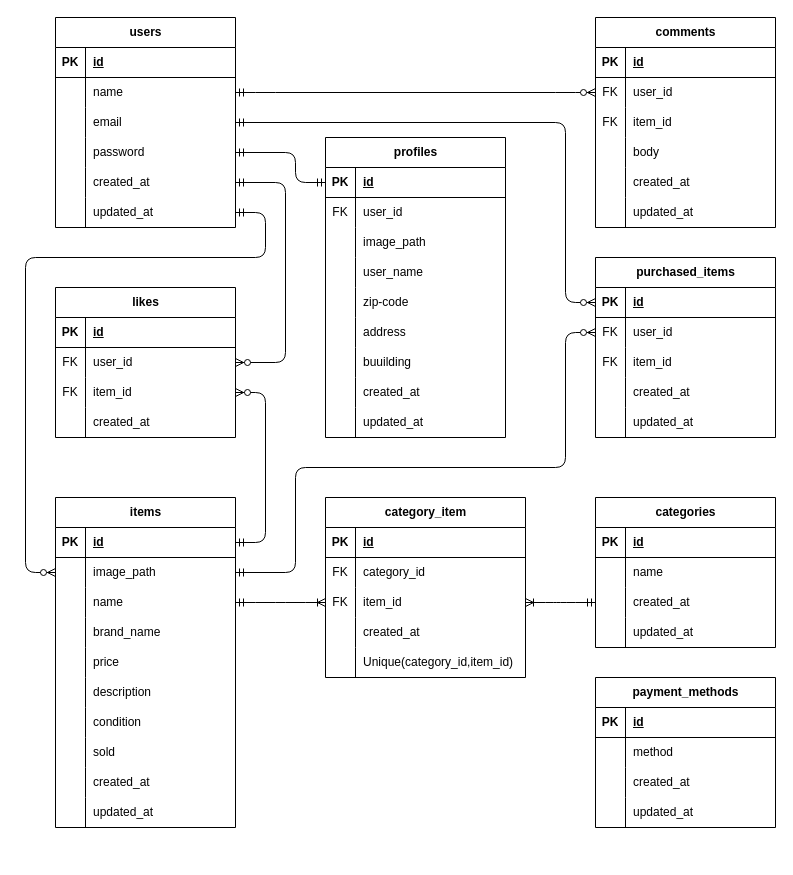
kooooooota/flea-market keeps this draw.io diagram as erd.dio. Above is the earlier version. Source tidied: cells renumbered, new cells numbered last; positions are measured from the earlier drawing's top-left corner, leaving out a move shared by most shapes. Both pictures are drawn from the tidied source at 100%, with x=0, y=0 at pixel (25, 17).
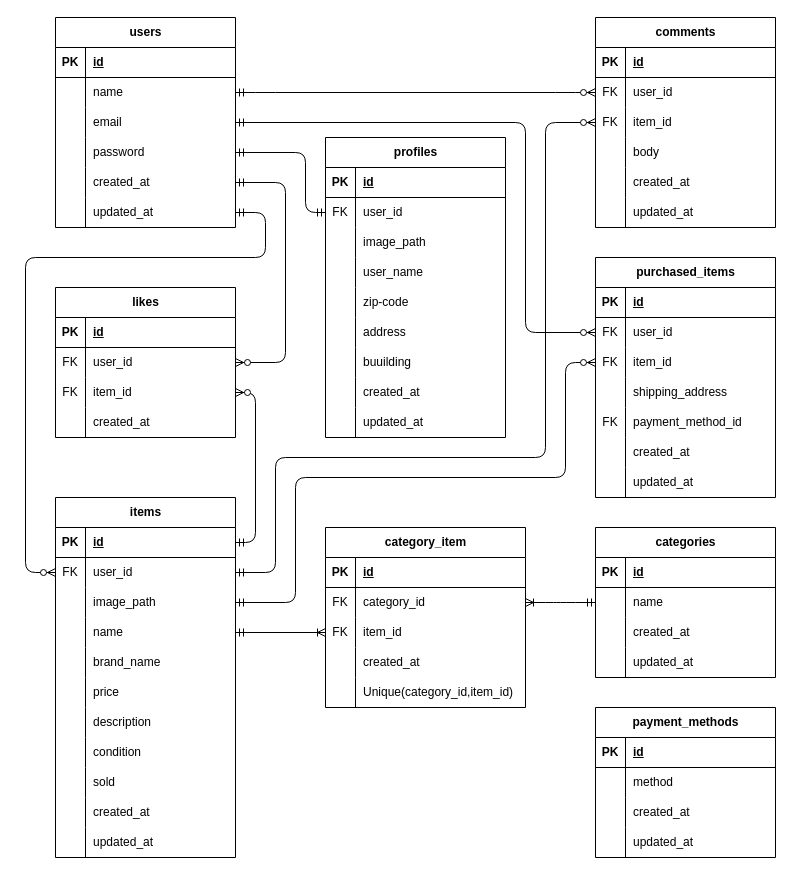
After the change.

Unchanged cells that the change refers to:
```xml
<mxCell id="3" style="shape=tableRow;horizontal=0;startSize=0;swimlaneHead=0;swimlaneBody=0;fillColor=none;points=[[0,0.5],[1,0.5]];portConstraint=eastwest;top=0;left=0;right=0;bottom=1;" parent="2" vertex="1">
  <mxGeometry y="30" width="180" height="30" as="geometry" />
</mxCell>
<mxCell id="6" style="shape=tableRow;horizontal=0;startSize=0;swimlaneHead=0;swimlaneBody=0;fillColor=none;points=[[0,0.5],[1,0.5]];portConstraint=eastwest;top=0;left=0;right=0;bottom=0;" parent="2" vertex="1">
  <mxGeometry y="60" width="180" height="30" as="geometry" />
</mxCell>
<mxCell id="37" style="shape=tableRow;horizontal=0;startSize=0;swimlaneHead=0;swimlaneBody=0;fillColor=none;points=[[0,0.5],[1,0.5]];portConstraint=eastwest;top=0;left=0;right=0;bottom=0;" parent="30" vertex="1">
  <mxGeometry y="90" width="180" height="30" as="geometry" />
</mxCell>
<mxCell id="40" style="shape=tableRow;horizontal=0;startSize=0;swimlaneHead=0;swimlaneBody=0;fillColor=none;points=[[0,0.5],[1,0.5]];portConstraint=eastwest;top=0;left=0;right=0;bottom=0;" parent="30" vertex="1">
  <mxGeometry y="120" width="180" height="30" as="geometry" />
</mxCell>
<mxCell id="50" style="shape=tableRow;horizontal=0;startSize=0;swimlaneHead=0;swimlaneBody=0;fillColor=none;points=[[0,0.5],[1,0.5]];portConstraint=eastwest;top=0;left=0;right=0;bottom=1;" parent="49" vertex="1">
  <mxGeometry y="30" width="180" height="30" as="geometry" />
</mxCell>
<mxCell id="53" style="shape=tableRow;horizontal=0;startSize=0;swimlaneHead=0;swimlaneBody=0;fillColor=none;points=[[0,0.5],[1,0.5]];portConstraint=eastwest;top=0;left=0;right=0;bottom=0;" parent="49" vertex="1">
  <mxGeometry y="60" width="180" height="30" as="geometry" />
</mxCell>
<mxCell id="56" style="shape=tableRow;horizontal=0;startSize=0;swimlaneHead=0;swimlaneBody=0;fillColor=none;points=[[0,0.5],[1,0.5]];portConstraint=eastwest;top=0;left=0;right=0;bottom=0;" parent="49" vertex="1">
  <mxGeometry y="90" width="180" height="30" as="geometry" />
</mxCell>
<mxCell id="85" style="shape=tableRow;horizontal=0;startSize=0;swimlaneHead=0;swimlaneBody=0;fillColor=none;points=[[0,0.5],[1,0.5]];portConstraint=eastwest;top=0;left=0;right=0;bottom=0;" parent="78" vertex="1">
  <mxGeometry y="90" width="180" height="30" as="geometry" />
</mxCell>
<mxCell id="92" style="shape=tableRow;horizontal=0;startSize=0;swimlaneHead=0;swimlaneBody=0;fillColor=none;points=[[0,0.5],[1,0.5]];portConstraint=eastwest;top=0;left=0;right=0;bottom=1;" parent="91" vertex="1">
  <mxGeometry y="30" width="180" height="30" as="geometry" />
</mxCell>
<mxCell id="95" style="shape=tableRow;horizontal=0;startSize=0;swimlaneHead=0;swimlaneBody=0;fillColor=none;points=[[0,0.5],[1,0.5]];portConstraint=eastwest;top=0;left=0;right=0;bottom=0;" parent="91" vertex="1">
  <mxGeometry y="60" width="180" height="30" as="geometry" />
</mxCell>
<mxCell id="126" style="shape=tableRow;horizontal=0;startSize=0;swimlaneHead=0;swimlaneBody=0;fillColor=none;points=[[0,0.5],[1,0.5]];portConstraint=eastwest;top=0;left=0;right=0;bottom=0;" parent="122" vertex="1">
  <mxGeometry y="60" width="180" height="30" as="geometry" />
</mxCell>
<mxCell id="129" style="shape=tableRow;horizontal=0;startSize=0;swimlaneHead=0;swimlaneBody=0;fillColor=none;points=[[0,0.5],[1,0.5]];portConstraint=eastwest;top=0;left=0;right=0;bottom=0;" parent="122" vertex="1">
  <mxGeometry y="90" width="180" height="30" as="geometry" />
</mxCell>
<mxCell id="142" style="shape=tableRow;horizontal=0;startSize=0;swimlaneHead=0;swimlaneBody=0;fillColor=none;points=[[0,0.5],[1,0.5]];portConstraint=eastwest;top=0;left=0;right=0;bottom=0;" parent="135" vertex="1">
  <mxGeometry y="90" width="180" height="30" as="geometry" />
</mxCell>
<mxCell id="158" style="shape=tableRow;horizontal=0;startSize=0;swimlaneHead=0;swimlaneBody=0;fillColor=none;points=[[0,0.5],[1,0.5]];portConstraint=eastwest;top=0;left=0;right=0;bottom=0;" parent="154" vertex="1">
  <mxGeometry y="60" width="200" height="30" as="geometry" />
</mxCell>
<mxCell id="161" style="shape=tableRow;horizontal=0;startSize=0;swimlaneHead=0;swimlaneBody=0;fillColor=none;points=[[0,0.5],[1,0.5]];portConstraint=eastwest;top=0;left=0;right=0;bottom=0;" parent="154" vertex="1">
  <mxGeometry y="90" width="200" height="30" as="geometry" />
</mxCell>
```

The edit, as a diff of the source:
```diff
@@
-<mxGraphModel>
+<mxGraphModel background="#ffffff">
@@
-    <mxCell id="30" value="users" style="shape=table;startSize=30;childLayout=tableLayout;rowLines=0;fontStyle=1;align=center;html=1;" parent="1" vertex="1">
+    <mxCell id="30" value="users" style="shape=table;startSize=30;childLayout=tableLayout;rowLines=0;fontStyle=1;align=center;html=1;labelBackgroundColor=none;" parent="1" vertex="1">
       <mxGeometry x="30" width="180" height="210" as="geometry" />
     </mxCell>
@@
     <mxCell id="49" value="purchased_items" style="shape=table;startSize=30;childLayout=tableLayout;rowLines=0;fontStyle=1;align=center;html=1;" parent="1" vertex="1">
-      <mxGeometry x="570" y="240" width="180" height="180" as="geometry" />
+      <mxGeometry x="570" y="240" width="180" height="240" as="geometry" />
     </mxCell>
@@
+    <mxCell id="179" style="shape=tableRow;horizontal=0;startSize=0;swimlaneHead=0;swimlaneBody=0;fillColor=none;top=0;left=0;right=0;bottom=0;" parent="49" vertex="1">
+      <mxGeometry y="120" width="180" height="30" as="geometry" />
+    </mxCell>
+    <mxCell id="180" style="shape=partialRectangle;fillColor=none;top=0;left=0;bottom=0;right=0;overflow=hidden;whiteSpace=wrap;html=1;" parent="179" vertex="1">
+      <mxGeometry width="30" height="30" as="geometry" />
+    </mxCell>
+    <mxCell id="181" value="shipping_address" style="shape=partialRectangle;fillColor=none;top=0;left=0;bottom=0;right=0;align=left;spacingLeft=6;overflow=hidden;whiteSpace=wrap;html=1;" parent="179" vertex="1">
+      <mxGeometry x="30" width="150" height="30" as="geometry" />
+    </mxCell>
+    <mxCell id="182" style="shape=tableRow;horizontal=0;startSize=0;swimlaneHead=0;swimlaneBody=0;fillColor=none;top=0;left=0;right=0;bottom=0;" parent="49" vertex="1">
+      <mxGeometry y="150" width="180" height="30" as="geometry" />
+    </mxCell>
+    <mxCell id="183" value="FK" style="shape=partialRectangle;fillColor=none;top=0;left=0;bottom=0;right=0;overflow=hidden;whiteSpace=wrap;html=1;" parent="182" vertex="1">
+      <mxGeometry width="30" height="30" as="geometry" />
+    </mxCell>
+    <mxCell id="184" value="payment_method_id" style="shape=partialRectangle;fillColor=none;top=0;left=0;bottom=0;right=0;align=left;spacingLeft=6;overflow=hidden;whiteSpace=wrap;html=1;" parent="182" vertex="1">
+      <mxGeometry x="30" width="150" height="30" as="geometry" />
+    </mxCell>
     <mxCell id="59" style="shape=tableRow;horizontal=0;startSize=0;swimlaneHead=0;swimlaneBody=0;fillColor=none;top=0;left=0;right=0;bottom=0;" parent="49" vertex="1">
-      <mxGeometry y="120" width="180" height="30" as="geometry" />
+      <mxGeometry y="180" width="180" height="30" as="geometry" />
     </mxCell>
@@
     <mxCell id="62" style="shape=tableRow;horizontal=0;startSize=0;swimlaneHead=0;swimlaneBody=0;fillColor=none;top=0;left=0;right=0;bottom=0;" parent="49" vertex="1">
-      <mxGeometry y="150" width="180" height="30" as="geometry" />
+      <mxGeometry y="210" width="180" height="30" as="geometry" />
     </mxCell>
@@
     <mxCell id="65" value="payment_methods" style="shape=table;startSize=30;childLayout=tableLayout;rowLines=0;fontStyle=1;align=center;html=1;" parent="1" vertex="1">
-      <mxGeometry x="570" y="660" width="180" height="150" as="geometry" />
+      <mxGeometry x="570" y="690" width="180" height="150" as="geometry" />
     </mxCell>
@@
     <mxCell id="91" value="items" style="shape=table;startSize=30;childLayout=tableLayout;rowLines=0;fontStyle=1;align=center;html=1;" parent="1" vertex="1">
-      <mxGeometry x="30" y="480" width="180" height="330" as="geometry" />
+      <mxGeometry x="30" y="480" width="180" height="360" as="geometry" />
     </mxCell>
@@
-    <mxCell id="96" style="shape=partialRectangle;fillColor=none;top=0;left=0;bottom=0;right=0;overflow=hidden;whiteSpace=wrap;html=1;" parent="95" vertex="1">
+    <mxCell id="96" value="FK" style="shape=partialRectangle;fillColor=none;top=0;left=0;bottom=0;right=0;overflow=hidden;whiteSpace=wrap;html=1;" parent="95" vertex="1">
       <mxGeometry width="30" height="30" as="geometry" />
     </mxCell>
-    <mxCell id="97" value="image_path" style="shape=partialRectangle;fillColor=none;top=0;left=0;bottom=0;right=0;align=left;spacingLeft=6;overflow=hidden;whiteSpace=wrap;html=1;" parent="95" vertex="1">
+    <mxCell id="97" value="user_id" style="shape=partialRectangle;fillColor=none;top=0;left=0;bottom=0;right=0;align=left;spacingLeft=6;overflow=hidden;whiteSpace=wrap;html=1;" parent="95" vertex="1">
       <mxGeometry x="30" width="150" height="30" as="geometry" />
     </mxCell>
+    <mxCell id="185" style="shape=tableRow;horizontal=0;startSize=0;swimlaneHead=0;swimlaneBody=0;fillColor=none;points=[[0,0.5],[1,0.5]];portConstraint=eastwest;top=0;left=0;right=0;bottom=0;" parent="91" vertex="1">
+      <mxGeometry y="90" width="180" height="30" as="geometry" />
+    </mxCell>
+    <mxCell id="186" style="shape=partialRectangle;fillColor=none;top=0;left=0;bottom=0;right=0;overflow=hidden;whiteSpace=wrap;html=1;" parent="185" vertex="1">
+      <mxGeometry width="30" height="30" as="geometry" />
+    </mxCell>
+    <mxCell id="187" value="image_path" style="shape=partialRectangle;fillColor=none;top=0;left=0;bottom=0;right=0;align=left;spacingLeft=6;overflow=hidden;whiteSpace=wrap;html=1;" parent="185" vertex="1">
+      <mxGeometry x="30" width="150" height="30" as="geometry" />
+    </mxCell>
     <mxCell id="98" style="shape=tableRow;horizontal=0;startSize=0;swimlaneHead=0;swimlaneBody=0;fillColor=none;points=[[0,0.5],[1,0.5]];portConstraint=eastwest;top=0;left=0;right=0;bottom=0;" parent="91" vertex="1">
-      <mxGeometry y="90" width="180" height="30" as="geometry" />
+      <mxGeometry y="120" width="180" height="30" as="geometry" />
     </mxCell>
@@
     <mxCell id="101" style="shape=tableRow;horizontal=0;startSize=0;swimlaneHead=0;swimlaneBody=0;fillColor=none;top=0;left=0;right=0;bottom=0;" parent="91" vertex="1">
-      <mxGeometry y="120" width="180" height="30" as="geometry" />
+      <mxGeometry y="150" width="180" height="30" as="geometry" />
     </mxCell>
@@
     <mxCell id="104" style="shape=tableRow;horizontal=0;startSize=0;swimlaneHead=0;swimlaneBody=0;fillColor=none;top=0;left=0;right=0;bottom=0;" parent="91" vertex="1">
-      <mxGeometry y="150" width="180" height="30" as="geometry" />
+      <mxGeometry y="180" width="180" height="30" as="geometry" />
     </mxCell>
@@
     <mxCell id="107" style="shape=tableRow;horizontal=0;startSize=0;swimlaneHead=0;swimlaneBody=0;fillColor=none;top=0;left=0;right=0;bottom=0;" parent="91" vertex="1">
-      <mxGeometry y="180" width="180" height="30" as="geometry" />
+      <mxGeometry y="210" width="180" height="30" as="geometry" />
     </mxCell>
@@
     <mxCell id="110" style="shape=tableRow;horizontal=0;startSize=0;swimlaneHead=0;swimlaneBody=0;fillColor=none;top=0;left=0;right=0;bottom=0;" parent="91" vertex="1">
-      <mxGeometry y="210" width="180" height="30" as="geometry" />
+      <mxGeometry y="240" width="180" height="30" as="geometry" />
     </mxCell>
@@
     <mxCell id="113" style="shape=tableRow;horizontal=0;startSize=0;swimlaneHead=0;swimlaneBody=0;fillColor=none;top=0;left=0;right=0;bottom=0;" parent="91" vertex="1">
-      <mxGeometry y="240" width="180" height="30" as="geometry" />
+      <mxGeometry y="270" width="180" height="30" as="geometry" />
     </mxCell>
@@
     <mxCell id="116" style="shape=tableRow;horizontal=0;startSize=0;swimlaneHead=0;swimlaneBody=0;fillColor=none;top=0;left=0;right=0;bottom=0;" parent="91" vertex="1">
-      <mxGeometry y="270" width="180" height="30" as="geometry" />
+      <mxGeometry y="300" width="180" height="30" as="geometry" />
     </mxCell>
@@
     <mxCell id="119" style="shape=tableRow;horizontal=0;startSize=0;swimlaneHead=0;swimlaneBody=0;fillColor=none;top=0;left=0;right=0;bottom=0;" parent="91" vertex="1">
-      <mxGeometry y="300" width="180" height="30" as="geometry" />
+      <mxGeometry y="330" width="180" height="30" as="geometry" />
     </mxCell>
@@
     <mxCell id="122" value="categories" style="shape=table;startSize=30;childLayout=tableLayout;rowLines=0;fontStyle=1;align=center;html=1;" parent="1" vertex="1">
-      <mxGeometry x="570" y="480" width="180" height="150" as="geometry" />
+      <mxGeometry x="570" y="510" width="180" height="150" as="geometry" />
     </mxCell>
@@
     <mxCell id="154" value="category_item" style="shape=table;startSize=30;childLayout=tableLayout;rowLines=0;fontStyle=1;align=center;html=1;" parent="1" vertex="1">
-      <mxGeometry x="300" y="480" width="200" height="180" as="geometry" />
+      <mxGeometry x="300" y="510" width="200" height="180" as="geometry" />
     </mxCell>
@@
-    <mxCell id="171" style="edgeStyle=orthogonalEdgeStyle;fontSize=12;html=1;endArrow=ERmandOne;startArrow=ERmandOne;entryX=0;entryY=0.5;entryDx=0;entryDy=0;exitX=1;exitY=0.5;exitDx=0;exitDy=0;" parent="1" edge="1" source="40" target="3">
+    <mxCell id="171" style="edgeStyle=orthogonalEdgeStyle;fontSize=12;html=1;endArrow=ERmandOne;startArrow=ERmandOne;entryX=0;entryY=0.5;entryDx=0;entryDy=0;exitX=1;exitY=0.5;exitDx=0;exitDy=0;" parent="1" edge="1" source="40" target="6">
       <mxGeometry relative="1" as="geometry">
         <Array as="points">
-          <mxPoint x="270" y="135" />
-          <mxPoint x="270" y="165" />
+          <mxPoint x="280" y="135" />
+          <mxPoint x="280" y="195" />
         </Array>
       </mxGeometry>
     </mxCell>
-    <mxCell id="172" style="edgeStyle=entityRelationEdgeStyle;fontSize=12;html=1;endArrow=ERzeroToMany;startArrow=ERmandOne;exitX=1;exitY=0.5;exitDx=0;exitDy=0;entryX=1;entryY=0.5;entryDx=0;entryDy=0;" parent="1" edge="1" source="92" target="85">
-      <mxGeometry relative="1" as="geometry" />
+    <mxCell id="172" style="edgeStyle=orthogonalEdgeStyle;fontSize=12;html=1;endArrow=ERzeroToMany;startArrow=ERmandOne;exitX=1;exitY=0.5;exitDx=0;exitDy=0;entryX=1;entryY=0.5;entryDx=0;entryDy=0;" parent="1" edge="1" source="92" target="85">
+      <mxGeometry relative="1" as="geometry">
+        <Array as="points">
+          <mxPoint x="230" y="525" />
+          <mxPoint x="230" y="375" />
+        </Array>
+      </mxGeometry>
     </mxCell>
-    <mxCell id="173" style="edgeStyle=entityRelationEdgeStyle;fontSize=12;html=1;endArrow=ERoneToMany;startArrow=ERmandOne;exitX=1;exitY=0.5;exitDx=0;exitDy=0;entryX=0;entryY=0.5;entryDx=0;entryDy=0;" parent="1" edge="1" source="98" target="161">
+    <mxCell id="173" style="edgeStyle=orthogonalEdgeStyle;fontSize=12;html=1;endArrow=ERoneToMany;startArrow=ERmandOne;exitX=1;exitY=0.5;exitDx=0;exitDy=0;entryX=0;entryY=0.5;entryDx=0;entryDy=0;" parent="1" edge="1" source="98" target="161">
       <mxGeometry relative="1" as="geometry" />
     </mxCell>
-    <mxCell id="174" style="edgeStyle=entityRelationEdgeStyle;fontSize=12;html=1;endArrow=ERoneToMany;startArrow=ERmandOne;exitX=0;exitY=0.5;exitDx=0;exitDy=0;entryX=1;entryY=0.5;entryDx=0;entryDy=0;" parent="1" edge="1" source="129" target="161">
+    <mxCell id="174" style="edgeStyle=entityRelationEdgeStyle;fontSize=12;html=1;endArrow=ERoneToMany;startArrow=ERmandOne;exitX=0;exitY=0.5;exitDx=0;exitDy=0;entryX=1;entryY=0.5;entryDx=0;entryDy=0;" parent="1" edge="1" source="126" target="158">
       <mxGeometry relative="1" as="geometry" />
     </mxCell>
@@
-    <mxCell id="176" style="edgeStyle=orthogonalEdgeStyle;fontSize=12;html=1;endArrow=ERzeroToMany;startArrow=ERmandOne;entryX=0;entryY=0.5;entryDx=0;entryDy=0;exitX=1;exitY=0.5;exitDx=0;exitDy=0;" parent="1" edge="1" source="37" target="50">
+    <mxCell id="176" style="edgeStyle=orthogonalEdgeStyle;fontSize=12;html=1;endArrow=ERzeroToMany;startArrow=ERmandOne;entryX=0;entryY=0.5;entryDx=0;entryDy=0;exitX=1;exitY=0.5;exitDx=0;exitDy=0;" parent="1" edge="1" source="37" target="53">
       <mxGeometry relative="1" as="geometry">
         <Array as="points">
-          <mxPoint x="540" y="105" />
-          <mxPoint x="540" y="285" />
+          <mxPoint x="500" y="105" />
+          <mxPoint x="500" y="315" />
         </Array>
       </mxGeometry>
     </mxCell>
-    <mxCell id="177" style="edgeStyle=orthogonalEdgeStyle;fontSize=12;html=1;endArrow=ERzeroToMany;startArrow=ERmandOne;exitX=1;exitY=0.5;exitDx=0;exitDy=0;entryX=0;entryY=0.5;entryDx=0;entryDy=0;" parent="1" edge="1" source="95" target="53">
-      <mxGeometry relative="1" as="geometry">
-        <Array as="points">
-          <mxPoint x="270" y="555" />
-          <mxPoint x="270" y="450" />
-          <mxPoint x="540" y="450" />
-          <mxPoint x="540" y="315" />
-        </Array>
-      </mxGeometry>
-    </mxCell>
@@
+    <mxCell id="188" style="edgeStyle=orthogonalEdgeStyle;fontSize=12;html=1;endArrow=ERzeroToMany;startArrow=ERmandOne;exitX=1;exitY=0.5;exitDx=0;exitDy=0;entryX=0;entryY=0.5;entryDx=0;entryDy=0;" parent="1" edge="1" source="95" target="142">
+      <mxGeometry relative="1" as="geometry">
+        <Array as="points">
+          <mxPoint x="250" y="555" />
+          <mxPoint x="250" y="440" />
+          <mxPoint x="520" y="440" />
+          <mxPoint x="520" y="105" />
+        </Array>
+      </mxGeometry>
+    </mxCell>
+    <mxCell id="189" style="edgeStyle=orthogonalEdgeStyle;fontSize=12;html=1;endArrow=ERzeroToMany;startArrow=ERmandOne;exitX=1;exitY=0.5;exitDx=0;exitDy=0;entryX=0;entryY=0.5;entryDx=0;entryDy=0;" parent="1" edge="1" source="185" target="56">
+      <mxGeometry relative="1" as="geometry">
+        <Array as="points">
+          <mxPoint x="270" y="585" />
+          <mxPoint x="270" y="460" />
+          <mxPoint x="540" y="460" />
+          <mxPoint x="540" y="345" />
+        </Array>
+      </mxGeometry>
+    </mxCell>
```
